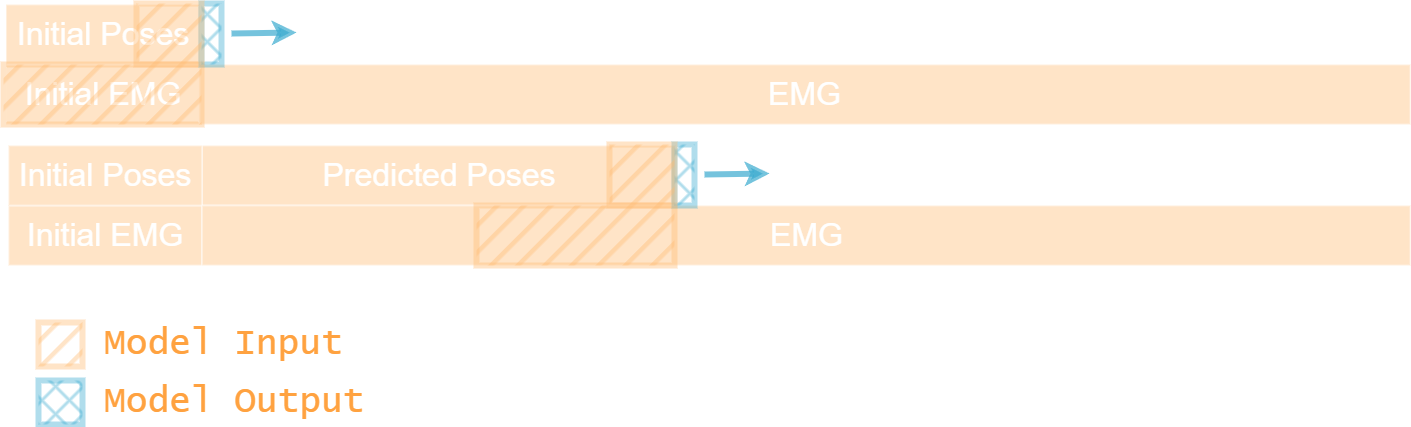
This is figs/tracking.drawio.png from Senopiece/thesis, a draw.io export, as it was before one commit. Source tidied: cells renumbered, new cells last; positions are measured from the earlier drawing's top-left corner, leaving out a move shared by most shapes.
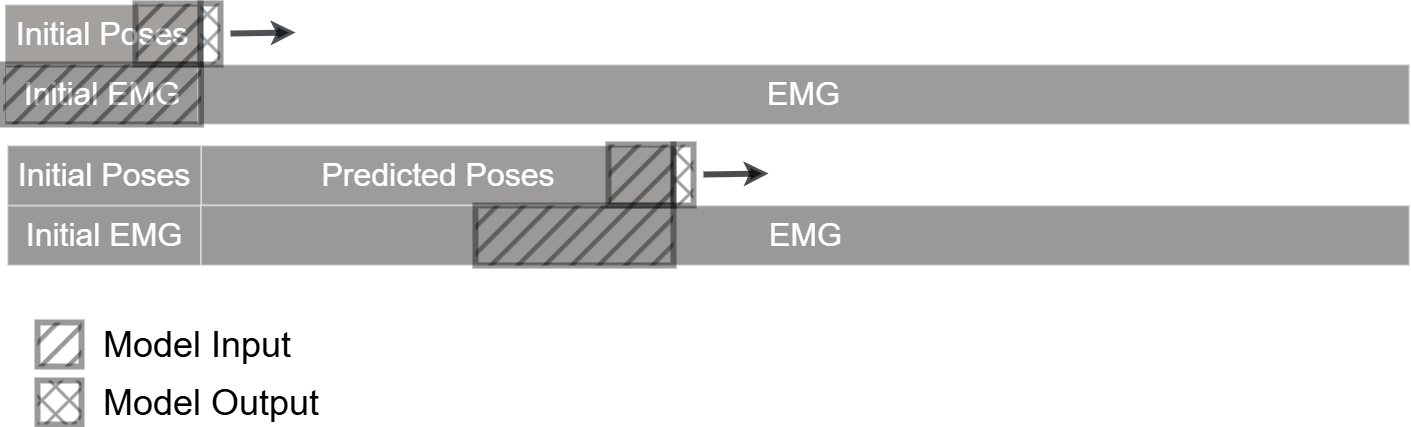
The same file after the commit.

Change to the diagram source:
```diff
@@ -2,67 +2,67 @@
   <root>
     <mxCell id="0" />
     <mxCell id="1" parent="0" />
-    <mxCell id="2" value="Predicted Poses" style="rounded=0;whiteSpace=wrap;html=1;fillColor=#FFBB73;strokeWidth=2;opacity=40;fontSize=32;" parent="1" vertex="1">
+    <mxCell id="2" value="Predicted Poses" style="rounded=0;whiteSpace=wrap;html=1;fillColor=#090704;strokeWidth=2;opacity=40;fontSize=32;" parent="1" vertex="1">
       <mxGeometry x="198.5" y="142" width="473.5" height="60" as="geometry" />
     </mxCell>
-    <mxCell id="3" value="Initial EMG" style="rounded=0;whiteSpace=wrap;html=1;fillColor=#FFBB73;strokeWidth=2;opacity=40;fontSize=32;" parent="1" vertex="1">
+    <mxCell id="3" value="Initial EMG" style="rounded=0;whiteSpace=wrap;html=1;fillColor=#000000;strokeWidth=2;opacity=40;fontSize=32;" parent="1" vertex="1">
       <mxGeometry x="2.5" y="61" width="193.5" height="60" as="geometry" />
     </mxCell>
-    <mxCell id="4" value="Initial Poses" style="rounded=0;whiteSpace=wrap;html=1;fillColor=#FFBB73;strokeWidth=2;opacity=40;fontSize=32;" parent="1" vertex="1">
+    <mxCell id="4" value="Initial Poses" style="rounded=0;whiteSpace=wrap;html=1;fillColor=#18120B;strokeWidth=2;opacity=40;fontSize=32;" parent="1" vertex="1">
       <mxGeometry x="2.5" y="1" width="193.5" height="60" as="geometry" />
     </mxCell>
-    <mxCell id="5" value="EMG" style="rounded=0;whiteSpace=wrap;html=1;fillColor=#FFBB73;strokeWidth=2;opacity=40;fontSize=32;" parent="1" vertex="1">
+    <mxCell id="5" value="EMG" style="rounded=0;whiteSpace=wrap;html=1;fillColor=#090704;strokeWidth=2;opacity=40;fontSize=32;" parent="1" vertex="1">
       <mxGeometry x="196" y="61" width="1211" height="60" as="geometry" />
     </mxCell>
-    <mxCell id="6" style="rounded=0;whiteSpace=wrap;html=1;fillColor=#FFBB73;strokeWidth=6;opacity=40;fillStyle=hatch;strokeColor=#FFBB73;" parent="1" vertex="1">
-      <mxGeometry y="61" width="198" height="60" as="geometry" />
+    <mxCell id="6" style="rounded=0;whiteSpace=wrap;html=1;fillColor=#000000;strokeWidth=6;opacity=40;fillStyle=hatch;strokeColor=#000000;" parent="1" vertex="1">
+      <mxGeometry x="0.5" y="61" width="198" height="60" as="geometry" />
     </mxCell>
-    <mxCell id="7" style="rounded=0;whiteSpace=wrap;html=1;fillColor=#3AAACF;strokeWidth=6;opacity=40;fillStyle=cross-hatch;strokeColor=#3AAACF;" parent="1" vertex="1">
+    <mxCell id="7" style="rounded=0;whiteSpace=wrap;html=1;fillColor=#0A1C22;strokeWidth=6;opacity=40;fillStyle=cross-hatch;strokeColor=#000000;" parent="1" vertex="1">
       <mxGeometry x="198" width="20" height="61" as="geometry" />
     </mxCell>
-    <mxCell id="8" style="rounded=0;whiteSpace=wrap;html=1;fillColor=#FFBB73;strokeWidth=6;opacity=40;fillStyle=hatch;strokeColor=#FFBB73;" parent="1" vertex="1">
+    <mxCell id="8" style="rounded=0;whiteSpace=wrap;html=1;fillColor=#000000;strokeWidth=6;opacity=40;fillStyle=hatch;strokeColor=#040302;" parent="1" vertex="1">
       <mxGeometry x="133" width="65" height="61" as="geometry" />
     </mxCell>
-    <mxCell id="9" style="endArrow=classic;html=1;rounded=0;strokeWidth=6;strokeColor=#3AAACF;opacity=70;" parent="1" edge="1">
+    <mxCell id="9" style="endArrow=classic;html=1;rounded=0;strokeWidth=6;strokeColor=#03090B;opacity=70;" parent="1" edge="1">
       <mxGeometry relative="1" as="geometry">
         <mxPoint x="228" y="30" as="sourcePoint" />
         <mxPoint x="293" y="29" as="targetPoint" />
       </mxGeometry>
     </mxCell>
-    <mxCell id="10" value="Initial EMG" style="rounded=0;whiteSpace=wrap;html=1;fillColor=#FFBB73;strokeWidth=2;opacity=40;fontSize=32;" parent="1" vertex="1">
+    <mxCell id="10" value="Initial EMG" style="rounded=0;whiteSpace=wrap;html=1;fillColor=#000000;strokeWidth=2;opacity=40;fontSize=32;" parent="1" vertex="1">
       <mxGeometry x="5" y="202" width="193.5" height="60" as="geometry" />
     </mxCell>
-    <mxCell id="11" value="Initial Poses" style="rounded=0;whiteSpace=wrap;html=1;fillColor=#FFBB73;strokeWidth=2;opacity=40;fontSize=32;" parent="1" vertex="1">
+    <mxCell id="11" value="Initial Poses" style="rounded=0;whiteSpace=wrap;html=1;fillColor=#000000;strokeWidth=2;opacity=40;fontSize=32;" parent="1" vertex="1">
       <mxGeometry x="5" y="142" width="193.5" height="60" as="geometry" />
     </mxCell>
-    <mxCell id="12" value="EMG" style="rounded=0;whiteSpace=wrap;html=1;fillColor=#FFBB73;strokeWidth=2;opacity=40;fontSize=32;" parent="1" vertex="1">
+    <mxCell id="12" value="EMG" style="rounded=0;whiteSpace=wrap;html=1;fillColor=#000000;strokeWidth=2;opacity=40;fontSize=32;" parent="1" vertex="1">
       <mxGeometry x="198.5" y="202" width="1208.5" height="60" as="geometry" />
     </mxCell>
-    <mxCell id="13" style="rounded=0;whiteSpace=wrap;html=1;fillColor=#FFBB73;strokeWidth=6;opacity=40;fillStyle=hatch;strokeColor=#FFBB73;" parent="1" vertex="1">
+    <mxCell id="13" style="rounded=0;whiteSpace=wrap;html=1;fillColor=#0B0805;strokeWidth=6;opacity=40;fillStyle=hatch;strokeColor=#010101;" parent="1" vertex="1">
       <mxGeometry x="473" y="202" width="198" height="60" as="geometry" />
     </mxCell>
-    <mxCell id="14" style="rounded=0;whiteSpace=wrap;html=1;fillColor=#3AAACF;strokeWidth=6;opacity=40;fillStyle=cross-hatch;strokeColor=#3AAACF;" parent="1" vertex="1">
+    <mxCell id="14" style="rounded=0;whiteSpace=wrap;html=1;fillColor=#000000;strokeWidth=6;opacity=40;fillStyle=cross-hatch;strokeColor=#000000;" parent="1" vertex="1">
       <mxGeometry x="671" y="141" width="20" height="61" as="geometry" />
     </mxCell>
-    <mxCell id="15" style="rounded=0;whiteSpace=wrap;html=1;fillColor=#FFBB73;strokeWidth=6;opacity=40;fillStyle=hatch;strokeColor=#FFBB73;" parent="1" vertex="1">
+    <mxCell id="15" style="rounded=0;whiteSpace=wrap;html=1;fillColor=#040302;strokeWidth=6;opacity=40;fillStyle=hatch;strokeColor=#000000;" parent="1" vertex="1">
       <mxGeometry x="606" y="141" width="65" height="61" as="geometry" />
     </mxCell>
-    <mxCell id="16" style="endArrow=classic;html=1;rounded=0;strokeWidth=6;strokeColor=#3AAACF;opacity=70;" parent="1" edge="1">
+    <mxCell id="16" style="endArrow=classic;html=1;rounded=0;strokeWidth=6;strokeColor=#000000;opacity=70;" parent="1" edge="1">
       <mxGeometry relative="1" as="geometry">
         <mxPoint x="701" y="171" as="sourcePoint" />
         <mxPoint x="766" y="170" as="targetPoint" />
       </mxGeometry>
     </mxCell>
-    <mxCell id="17" style="rounded=0;whiteSpace=wrap;html=1;fillColor=#FFBB73;strokeWidth=6;opacity=40;fillStyle=hatch;strokeColor=#FFBB73;" parent="1" vertex="1">
+    <mxCell id="17" style="rounded=0;whiteSpace=wrap;html=1;fillColor=#000000;strokeWidth=6;opacity=40;fillStyle=hatch;strokeColor=#040302;fontColor=#000000;" parent="1" vertex="1">
       <mxGeometry x="35" y="319" width="44" height="44" as="geometry" />
     </mxCell>
-    <mxCell id="18" style="rounded=0;whiteSpace=wrap;html=1;fillColor=#3AAACF;strokeWidth=6;opacity=40;fillStyle=cross-hatch;strokeColor=#3AAACF;" parent="1" vertex="1">
+    <mxCell id="18" style="rounded=0;whiteSpace=wrap;html=1;fillColor=#000000;strokeWidth=6;opacity=40;fillStyle=cross-hatch;strokeColor=#040302;fontColor=#000000;" parent="1" vertex="1">
       <mxGeometry x="35" y="377" width="44" height="44" as="geometry" />
     </mxCell>
-    <mxCell id="19" value="Model Input" style="text;html=1;align=left;verticalAlign=middle;whiteSpace=wrap;rounded=0;fillColor=none;strokeColor=none;shadow=0;glass=0;fontColor=light-dark(#000000,#FFA240);textShadow=0;fontSize=36;fontFamily=Lucida Console;" parent="1" vertex="1">
+    <mxCell id="19" value="Model Input" style="text;html=1;align=left;verticalAlign=middle;whiteSpace=wrap;rounded=0;fillColor=none;strokeColor=none;shadow=0;glass=0;fontColor=#000000;textShadow=0;fontSize=36;fontFamily=Helvetica;" parent="1" vertex="1">
       <mxGeometry x="99" y="323.5" width="350" height="35" as="geometry" />
     </mxCell>
-    <mxCell id="20" value="Model Output" style="text;html=1;align=left;verticalAlign=middle;whiteSpace=wrap;rounded=0;fillColor=none;strokeColor=none;shadow=0;glass=0;fontColor=light-dark(#000000,#FFA240);textShadow=0;fontSize=36;fontFamily=Lucida Console;" parent="1" vertex="1">
+    <mxCell id="20" value="Model Output" style="text;html=1;align=left;verticalAlign=middle;whiteSpace=wrap;rounded=0;fillColor=none;strokeColor=none;shadow=0;glass=0;fontColor=#000000;textShadow=0;fontSize=36;fontFamily=Helvetica;" parent="1" vertex="1">
       <mxGeometry x="99" y="381.5" width="350" height="35" as="geometry" />
     </mxCell>
   </root>
```
